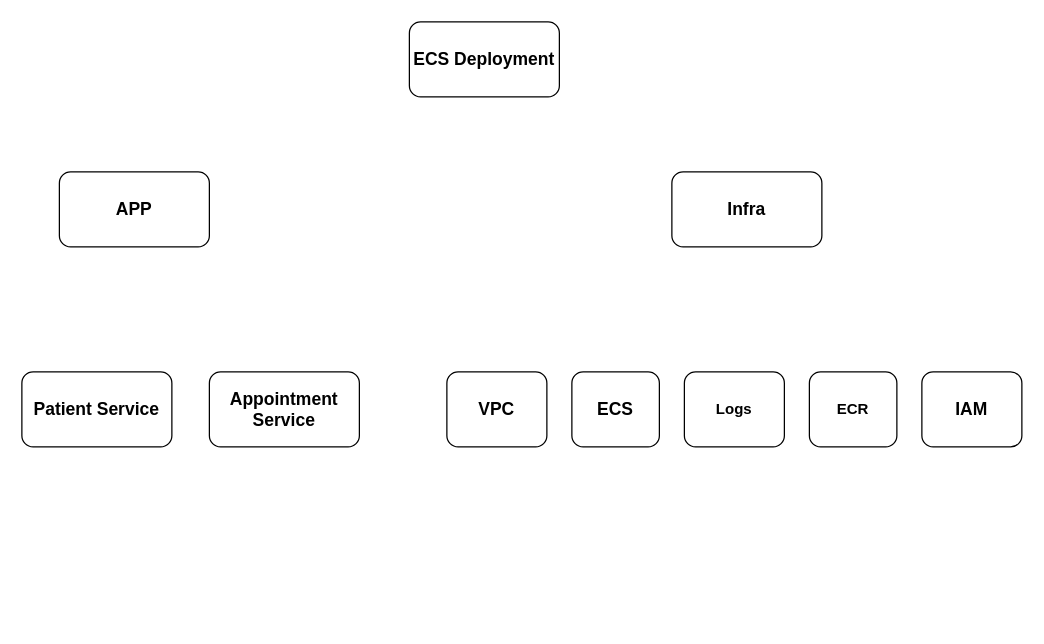
The draw.io diagram app/Untitled Diagram.drawio in agarapunaveen/NSH-usecase-1-demo, before the edit. Source tidied: cells renumbered, new cells numbered last; positions are measured from the earlier drawing's top-left corner, leaving out a move shared by most shapes. Both pictures are drawn from the tidied source at 125%, with x=0, y=0 at pixel (21, 21).
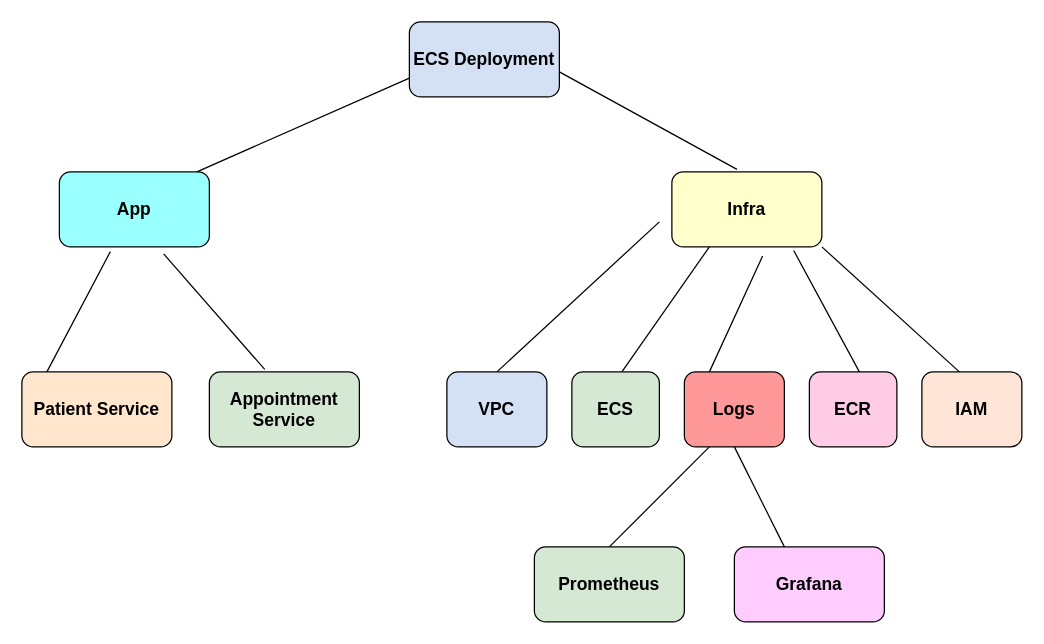
After the change.

What changed in the source:
```diff
@@
-    <mxCell id="2" value="&lt;b&gt;&lt;font style=&quot;font-size: 14px;&quot;&gt;ECS Deployment&lt;/font&gt;&lt;/b&gt;" style="rounded=1;whiteSpace=wrap;html=1;" parent="1" vertex="1">
+    <mxCell id="2" value="&lt;b&gt;&lt;font style=&quot;font-size: 14px;&quot;&gt;ECS Deployment&lt;/font&gt;&lt;/b&gt;" style="rounded=1;whiteSpace=wrap;html=1;fillColor=light-dark(#D4E1F5,var(--ge-dark-color, #121212));" parent="1" vertex="1">
       <mxGeometry x="310" width="120" height="60" as="geometry" />
     </mxCell>
-    <mxCell id="3" value="&lt;b&gt;&lt;font style=&quot;font-size: 14px;&quot;&gt;APP&lt;/font&gt;&lt;/b&gt;" style="rounded=1;whiteSpace=wrap;html=1;" parent="1" vertex="1">
+    <mxCell id="3" value="&lt;b&gt;&lt;font style=&quot;font-size: 14px;&quot;&gt;App&lt;/font&gt;&lt;/b&gt;" style="rounded=1;whiteSpace=wrap;html=1;fillColor=light-dark(#99FFFF,var(--ge-dark-color, #121212));" parent="1" vertex="1">
       <mxGeometry x="30" y="120" width="120" height="60" as="geometry" />
     </mxCell>
-    <mxCell id="4" value="&lt;b&gt;&lt;font style=&quot;font-size: 14px;&quot;&gt;Infra&lt;/font&gt;&lt;/b&gt;" style="rounded=1;whiteSpace=wrap;html=1;" parent="1" vertex="1">
+    <mxCell id="4" value="&lt;b&gt;&lt;font style=&quot;font-size: 14px;&quot;&gt;Infra&lt;/font&gt;&lt;/b&gt;" style="rounded=1;whiteSpace=wrap;html=1;fillColor=light-dark(#FFFFCC,var(--ge-dark-color, #121212));" parent="1" vertex="1">
       <mxGeometry x="520" y="120" width="120" height="60" as="geometry" />
     </mxCell>
-    <mxCell id="5" value="&lt;b&gt;&lt;font style=&quot;font-size: 14px;&quot;&gt;Patient Service&lt;/font&gt;&lt;/b&gt;" style="rounded=1;whiteSpace=wrap;html=1;" parent="1" vertex="1">
+    <mxCell id="5" value="&lt;b&gt;&lt;font style=&quot;font-size: 14px;&quot;&gt;Patient Service&lt;/font&gt;&lt;/b&gt;" style="rounded=1;whiteSpace=wrap;html=1;fillColor=light-dark(#FFE6CC,var(--ge-dark-color, #121212));" parent="1" vertex="1">
       <mxGeometry y="280" width="120" height="60" as="geometry" />
     </mxCell>
-    <mxCell id="6" value="&lt;b&gt;&lt;font style=&quot;font-size: 14px;&quot;&gt;Appointment Service&lt;/font&gt;&lt;/b&gt;" style="rounded=1;whiteSpace=wrap;html=1;" parent="1" vertex="1">
+    <mxCell id="6" value="&lt;b&gt;&lt;font style=&quot;font-size: 14px;&quot;&gt;Appointment Service&lt;/font&gt;&lt;/b&gt;" style="rounded=1;whiteSpace=wrap;html=1;fillColor=light-dark(#D5E8D4,var(--ge-dark-color, #121212));" parent="1" vertex="1">
       <mxGeometry x="150" y="280" width="120" height="60" as="geometry" />
     </mxCell>
-    <mxCell id="7" value="&lt;b&gt;&lt;font style=&quot;font-size: 14px;&quot;&gt;VPC&lt;/font&gt;&lt;/b&gt;" style="rounded=1;whiteSpace=wrap;html=1;" parent="1" vertex="1">
+    <mxCell id="7" value="&lt;b&gt;&lt;font style=&quot;font-size: 14px;&quot;&gt;VPC&lt;/font&gt;&lt;/b&gt;" style="rounded=1;whiteSpace=wrap;html=1;fillColor=light-dark(#D4E1F5,var(--ge-dark-color, #121212));" parent="1" vertex="1">
       <mxGeometry x="340" y="280" width="80" height="60" as="geometry" />
     </mxCell>
-    <mxCell id="8" value="&lt;b&gt;&lt;font style=&quot;font-size: 14px;&quot;&gt;ECS&lt;/font&gt;&lt;/b&gt;" style="rounded=1;whiteSpace=wrap;html=1;" parent="1" vertex="1">
+    <mxCell id="8" value="&lt;b&gt;&lt;font style=&quot;font-size: 14px;&quot;&gt;ECS&lt;/font&gt;&lt;/b&gt;" style="rounded=1;whiteSpace=wrap;html=1;fillColor=light-dark(#D5E8D4,var(--ge-dark-color, #121212));" parent="1" vertex="1">
       <mxGeometry x="440" y="280" width="70" height="60" as="geometry" />
     </mxCell>
-    <mxCell id="9" value="&lt;b&gt;Logs&lt;/b&gt;" style="rounded=1;whiteSpace=wrap;html=1;" parent="1" vertex="1">
+    <mxCell id="9" value="&lt;b&gt;&lt;font style=&quot;font-size: 14px;&quot;&gt;Logs&lt;/font&gt;&lt;/b&gt;" style="rounded=1;whiteSpace=wrap;html=1;fillColor=light-dark(#FF9999,var(--ge-dark-color, #121212));" parent="1" vertex="1">
       <mxGeometry x="530" y="280" width="80" height="60" as="geometry" />
     </mxCell>
-    <mxCell id="10" value="&lt;b&gt;ECR&lt;/b&gt;" style="rounded=1;whiteSpace=wrap;html=1;" parent="1" vertex="1">
+    <mxCell id="10" value="&lt;b&gt;&lt;font style=&quot;font-size: 14px;&quot;&gt;ECR&lt;/font&gt;&lt;/b&gt;" style="rounded=1;whiteSpace=wrap;html=1;fillColor=light-dark(#FFCCE6,var(--ge-dark-color, #121212));" parent="1" vertex="1">
       <mxGeometry x="630" y="280" width="70" height="60" as="geometry" />
     </mxCell>
-    <mxCell id="11" value="&lt;b&gt;&lt;font style=&quot;font-size: 14px;&quot;&gt;IAM&lt;/font&gt;&lt;/b&gt;" style="rounded=1;whiteSpace=wrap;html=1;" parent="1" vertex="1">
+    <mxCell id="11" value="&lt;b&gt;&lt;font style=&quot;font-size: 14px;&quot;&gt;IAM&lt;/font&gt;&lt;/b&gt;" style="rounded=1;whiteSpace=wrap;html=1;fillColor=light-dark(#FFE4D8,var(--ge-dark-color, #121212));" parent="1" vertex="1">
       <mxGeometry x="720" y="280" width="80" height="60" as="geometry" />
     </mxCell>
+    <mxCell id="12" value="&lt;b&gt;&lt;font style=&quot;font-size: 14px;&quot;&gt;Prometheus&lt;/font&gt;&lt;/b&gt;" style="rounded=1;whiteSpace=wrap;html=1;fillColor=light-dark(#D5E8D4,var(--ge-dark-color, #121212));" parent="1" vertex="1">
+      <mxGeometry x="410" y="420" width="120" height="60" as="geometry" />
+    </mxCell>
+    <mxCell id="13" value="&lt;b&gt;&lt;font style=&quot;font-size: 14px;&quot;&gt;Grafana&lt;/font&gt;&lt;/b&gt;" style="rounded=1;whiteSpace=wrap;html=1;fillColor=light-dark(#FFCCFF,var(--ge-dark-color, #121212));" parent="1" vertex="1">
+      <mxGeometry x="570" y="420" width="120" height="60" as="geometry" />
+    </mxCell>
+    <mxCell id="14" style="endArrow=none;html=1;rounded=0;entryX=0;entryY=0.75;entryDx=0;entryDy=0;" parent="1" edge="1" target="2">
+      <mxGeometry relative="1" as="geometry">
+        <mxPoint x="140" y="120" as="sourcePoint" />
+      </mxGeometry>
+    </mxCell>
+    <mxCell id="15" style="endArrow=none;html=1;rounded=0;entryX=0.434;entryY=-0.033;entryDx=0;entryDy=0;entryPerimeter=0;" parent="1" edge="1" target="4">
+      <mxGeometry relative="1" as="geometry">
+        <mxPoint x="430" y="40" as="sourcePoint" />
+      </mxGeometry>
+    </mxCell>
+    <mxCell id="16" style="endArrow=none;html=1;rounded=0;entryX=0.34;entryY=1.063;entryDx=0;entryDy=0;entryPerimeter=0;" parent="1" edge="1" target="3">
+      <mxGeometry relative="1" as="geometry">
+        <mxPoint x="20" y="280" as="sourcePoint" />
+      </mxGeometry>
+    </mxCell>
+    <mxCell id="17" style="endArrow=none;html=1;rounded=0;entryX=0.695;entryY=1.093;entryDx=0;entryDy=0;entryPerimeter=0;exitX=0.369;exitY=-0.033;exitDx=0;exitDy=0;exitPerimeter=0;" parent="1" edge="1" source="6" target="3">
+      <mxGeometry relative="1" as="geometry" />
+    </mxCell>
+    <mxCell id="18" style="endArrow=none;html=1;rounded=0;" parent="1" edge="1">
+      <mxGeometry relative="1" as="geometry">
+        <mxPoint x="380" y="280" as="sourcePoint" />
+        <mxPoint x="510" y="160" as="targetPoint" />
+      </mxGeometry>
+    </mxCell>
+    <mxCell id="19" style="endArrow=none;html=1;rounded=0;entryX=0.25;entryY=1;entryDx=0;entryDy=0;" parent="1" edge="1" target="4">
+      <mxGeometry relative="1" as="geometry">
+        <mxPoint x="480" y="280" as="sourcePoint" />
+      </mxGeometry>
+    </mxCell>
+    <mxCell id="20" style="endArrow=none;html=1;rounded=0;entryX=0.605;entryY=1.122;entryDx=0;entryDy=0;entryPerimeter=0;" parent="1" edge="1" target="4">
+      <mxGeometry relative="1" as="geometry">
+        <mxPoint x="550" y="280" as="sourcePoint" />
+      </mxGeometry>
+    </mxCell>
+    <mxCell id="21" style="endArrow=none;html=1;rounded=0;entryX=0.812;entryY=1.048;entryDx=0;entryDy=0;entryPerimeter=0;" parent="1" edge="1" target="4">
+      <mxGeometry relative="1" as="geometry">
+        <mxPoint x="670" y="280" as="sourcePoint" />
+      </mxGeometry>
+    </mxCell>
+    <mxCell id="22" style="endArrow=none;html=1;rounded=0;entryX=1;entryY=1;entryDx=0;entryDy=0;" parent="1" edge="1" target="4">
+      <mxGeometry relative="1" as="geometry">
+        <mxPoint x="750" y="280" as="sourcePoint" />
+      </mxGeometry>
+    </mxCell>
+    <mxCell id="23" style="endArrow=none;html=1;rounded=0;entryX=0.25;entryY=1;entryDx=0;entryDy=0;" parent="1" edge="1" target="9">
+      <mxGeometry relative="1" as="geometry">
+        <mxPoint x="470" y="420" as="sourcePoint" />
+      </mxGeometry>
+    </mxCell>
+    <mxCell id="24" style="endArrow=none;html=1;rounded=0;entryX=0.5;entryY=1;entryDx=0;entryDy=0;" parent="1" edge="1" target="9">
+      <mxGeometry relative="1" as="geometry">
+        <mxPoint x="610" y="420" as="sourcePoint" />
+      </mxGeometry>
+    </mxCell>
```
